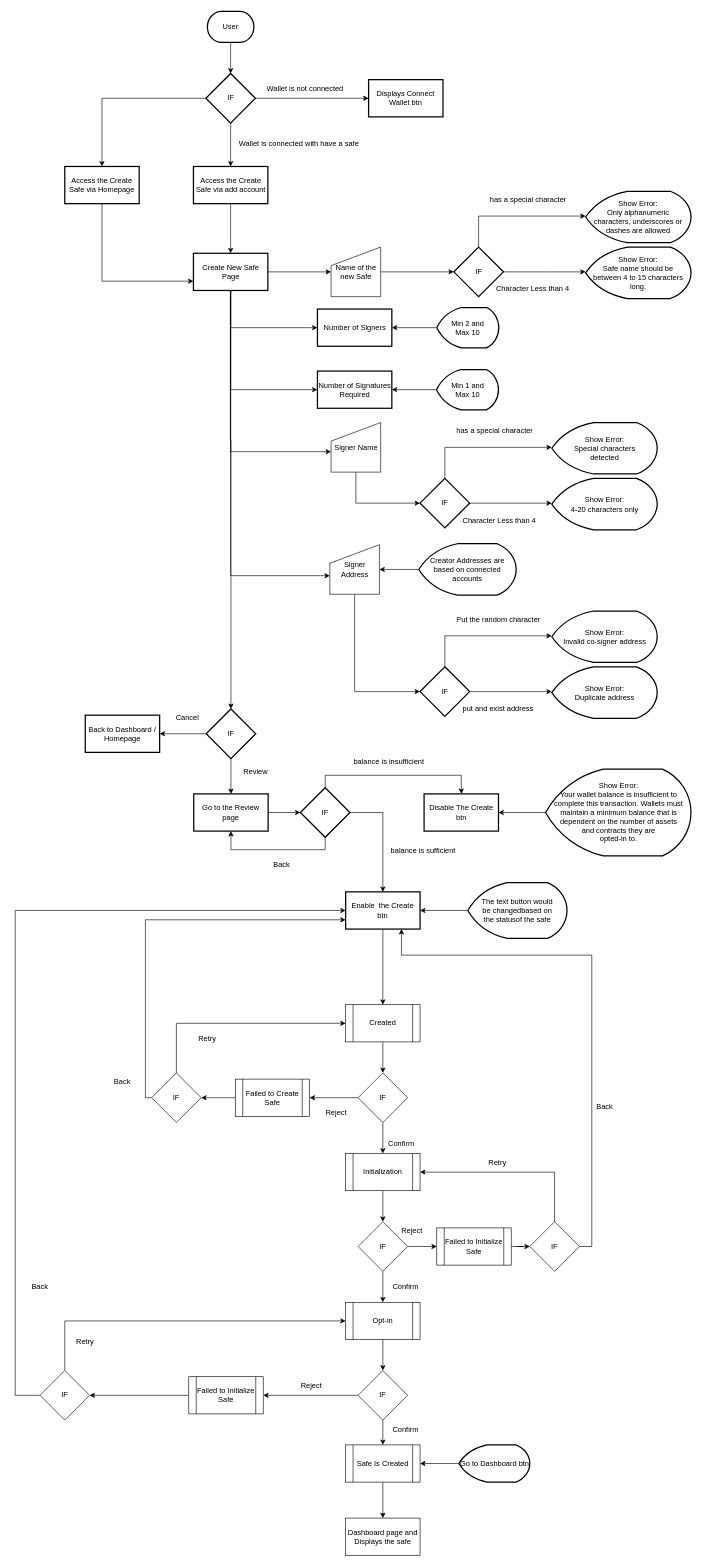
Earlier version of the draw.io diagram page "Create new Safe" (2 of 2) of AlgoSafe.drawio (RotamaPandi/AlgoSafe_WorkFlow). Source tidied: cells renumbered, new cells numbered last; positions are measured from the earlier drawing's top-left corner, leaving out a move shared by most shapes. Both pictures are drawn from the tidied source at 62%, with x=0, y=0 at pixel (15, 11).
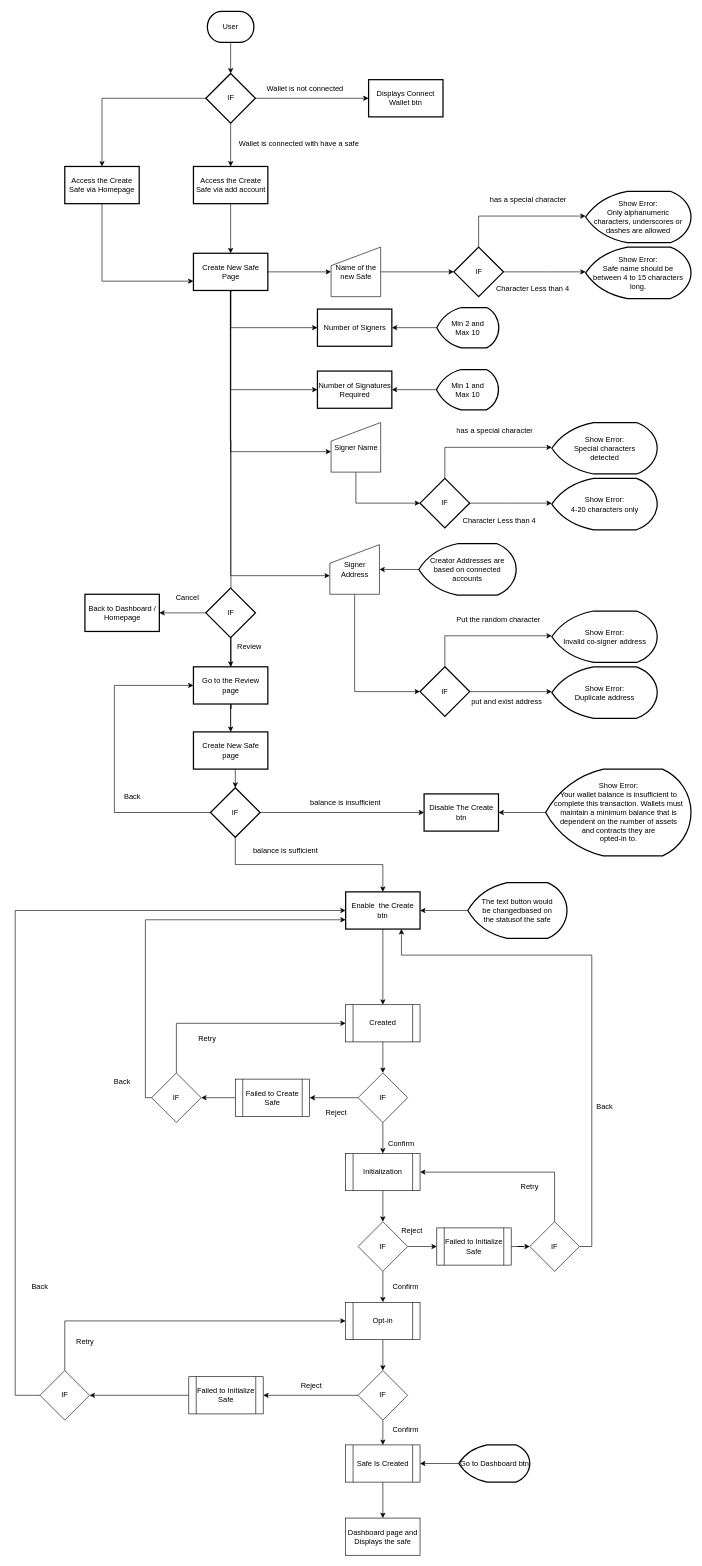
Above is the later version.

Unchanged cells that the change refers to:
```xml
<mxCell id="69" value="Disable The Create btn" style="whiteSpace=wrap;html=1;strokeWidth=2;" parent="1" vertex="1">
  <mxGeometry x="659.5" y="1262" width="120" height="60" as="geometry" />
</mxCell>
<mxCell id="74" value="Enable&amp;nbsp; the Create btn" style="whiteSpace=wrap;html=1;strokeWidth=2;" parent="1" vertex="1">
  <mxGeometry x="533" y="1420" width="120" height="60" as="geometry" />
</mxCell>
```

Change to the diagram source:
```diff
@@
     <mxCell id="48" value="put and exist address" style="text;strokeColor=none;fillColor=none;align=left;verticalAlign=top;spacingLeft=4;spacingRight=4;overflow=hidden;whiteSpace=wrap;html=1;" parent="1" vertex="1">
-      <mxGeometry x="715.5" y="1111" width="140" height="26" as="geometry" />
+      <mxGeometry x="730" y="1100" width="140" height="26" as="geometry" />
     </mxCell>
@@
     <mxCell id="54" value="IF" style="rhombus;whiteSpace=wrap;html=1;strokeWidth=2;" parent="1" vertex="1">
-      <mxGeometry x="308" y="1125" width="80" height="80" as="geometry" />
+      <mxGeometry x="307.5" y="930" width="80" height="80" as="geometry" />
     </mxCell>
     <mxCell id="55" value="Back to Dashboard / Homepage" style="whiteSpace=wrap;html=1;strokeWidth=2;" parent="1" vertex="1">
-      <mxGeometry x="113" y="1135" width="120" height="60" as="geometry" />
+      <mxGeometry x="112.5" y="940" width="120" height="60" as="geometry" />
     </mxCell>
@@
+    <mxCell id="126" style="edgeStyle=orthogonalEdgeStyle;rounded=0;jettySize=auto;html=1;entryX=0.5;entryY=0;entryDx=0;entryDy=0;" parent="1" edge="1" source="57" target="127">
+      <mxGeometry relative="1" as="geometry" />
+    </mxCell>
     <mxCell id="57" value="Go to the Review page" style="whiteSpace=wrap;html=1;strokeWidth=2;" parent="1" vertex="1">
-      <mxGeometry x="288" y="1262" width="120" height="60" as="geometry" />
+      <mxGeometry x="287.5" y="1057" width="120" height="60" as="geometry" />
     </mxCell>
     <mxCell id="58" value="Cancel" style="text;html=1;strokeColor=none;fillColor=none;align=center;verticalAlign=middle;whiteSpace=wrap;rounded=0;" parent="1" vertex="1">
-      <mxGeometry x="248" y="1125" width="60" height="30" as="geometry" />
+      <mxGeometry x="247.5" y="930" width="60" height="30" as="geometry" />
     </mxCell>
     <mxCell id="59" value="Review" style="text;html=1;strokeColor=none;fillColor=none;align=center;verticalAlign=middle;whiteSpace=wrap;rounded=0;" parent="1" vertex="1">
-      <mxGeometry x="358" y="1212" width="60" height="30" as="geometry" />
+      <mxGeometry x="347.5" y="1010" width="60" height="30" as="geometry" />
     </mxCell>
@@
-    <mxCell id="65" style="edgeStyle=orthogonalEdgeStyle;rounded=0;jettySize=auto;html=1;entryX=0.5;entryY=0;entryDx=0;entryDy=0;exitX=0.5;exitY=0;exitDx=0;exitDy=0;" parent="1" edge="1" source="68" target="69">
-      <mxGeometry relative="1" as="geometry" />
-    </mxCell>
-    <mxCell id="66" style="edgeStyle=orthogonalEdgeStyle;rounded=0;jettySize=auto;html=1;exitX=1;exitY=0.5;exitDx=0;exitDy=0;" parent="1" edge="1" source="68" target="74">
+    <mxCell id="66" style="edgeStyle=orthogonalEdgeStyle;rounded=0;jettySize=auto;html=1;exitX=0.5;exitY=1;exitDx=0;exitDy=0;" parent="1" edge="1" source="68" target="74">
       <mxGeometry relative="1" as="geometry" />
     </mxCell>
-    <mxCell id="67" style="edgeStyle=orthogonalEdgeStyle;rounded=0;jettySize=auto;html=1;entryX=0.5;entryY=1;entryDx=0;entryDy=0;exitX=0.5;exitY=1;exitDx=0;exitDy=0;" parent="1" edge="1" source="68" target="57">
-      <mxGeometry relative="1" as="geometry" />
+    <mxCell id="67" style="edgeStyle=orthogonalEdgeStyle;rounded=0;jettySize=auto;html=1;entryX=0;entryY=0.5;entryDx=0;entryDy=0;" parent="1" edge="1" source="68" target="57">
+      <mxGeometry relative="1" as="geometry">
+        <Array as="points">
+          <mxPoint x="160" y="1292" />
+          <mxPoint x="160" y="1087" />
+        </Array>
+      </mxGeometry>
     </mxCell>
+    <mxCell id="65" style="edgeStyle=orthogonalEdgeStyle;rounded=0;jettySize=auto;html=1;entryX=0;entryY=0.5;entryDx=0;entryDy=0;" parent="1" edge="1" source="68" target="69">
+      <mxGeometry relative="1" as="geometry" />
+    </mxCell>
     <mxCell id="68" value="IF" style="rhombus;whiteSpace=wrap;html=1;strokeWidth=2;" parent="1" vertex="1">
-      <mxGeometry x="460" y="1252" width="80" height="80" as="geometry" />
+      <mxGeometry x="315" y="1252" width="80" height="80" as="geometry" />
     </mxCell>
@@
     <mxCell id="72" value="balance is insufficient" style="text;strokeColor=none;fillColor=none;align=left;verticalAlign=top;spacingLeft=4;spacingRight=4;overflow=hidden;whiteSpace=wrap;html=1;" parent="1" vertex="1">
-      <mxGeometry x="540" y="1196" width="130" height="26" as="geometry" />
+      <mxGeometry x="470" y="1262" width="130" height="26" as="geometry" />
     </mxCell>
@@
     <mxCell id="75" value="balance is sufficient" style="text;strokeColor=none;fillColor=none;align=left;verticalAlign=top;spacingLeft=4;spacingRight=4;overflow=hidden;whiteSpace=wrap;html=1;" parent="1" vertex="1">
-      <mxGeometry x="600" y="1340" width="130" height="26" as="geometry" />
+      <mxGeometry x="377.5" y="1340" width="130" height="26" as="geometry" />
     </mxCell>
@@
-    <mxCell id="82" value="Back" style="text;html=1;strokeColor=none;fillColor=none;align=center;verticalAlign=middle;whiteSpace=wrap;rounded=0;" parent="1" vertex="1">
-      <mxGeometry x="400" y="1362" width="60" height="30" as="geometry" />
-    </mxCell>
@@
     <mxCell id="105" value="Retry" style="text;html=1;strokeColor=none;fillColor=none;align=center;verticalAlign=middle;whiteSpace=wrap;rounded=0;" parent="1" vertex="1">
-      <mxGeometry x="748" y="1842" width="60" height="30" as="geometry" />
+      <mxGeometry x="800" y="1880" width="60" height="30" as="geometry" />
     </mxCell>
@@
+    <mxCell id="127" value="Create New Safe page" style="whiteSpace=wrap;html=1;strokeWidth=2;" parent="1" vertex="1">
+      <mxGeometry x="287.5" y="1162" width="120" height="60" as="geometry" />
+    </mxCell>
+    <mxCell id="82" value="Back" style="text;strokeColor=none;fillColor=none;align=left;verticalAlign=top;spacingLeft=4;spacingRight=4;overflow=hidden;whiteSpace=wrap;html=1;" parent="1" vertex="1">
+      <mxGeometry x="170" y="1252" width="50" height="26" as="geometry" />
+    </mxCell>
```
